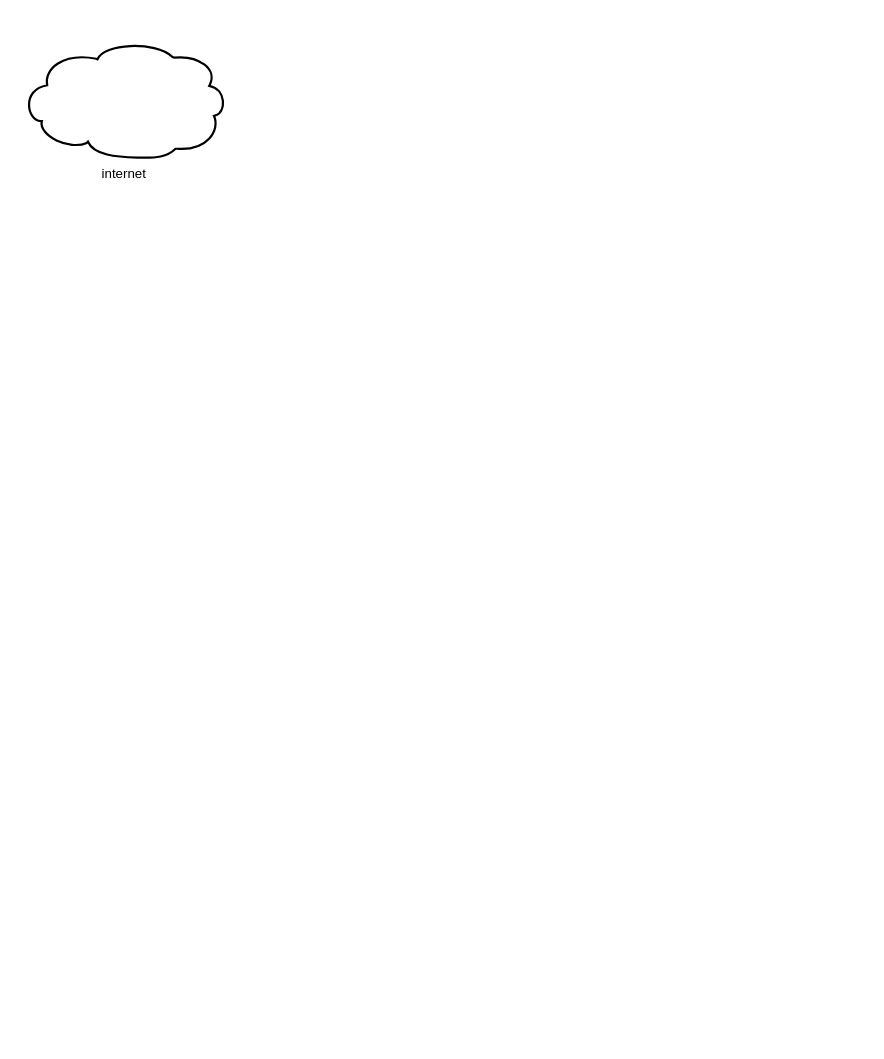
Before: network.drawio in BHNamSSD/ELK, a draw.io diagram. Source tidied: cells renumbered, new cells numbered last; positions are measured from the earlier drawing's top-left corner, leaving out a move shared by most shapes. Both pictures are drawn from the tidied source at 111%, with x=0, y=0 at pixel (20, 40).
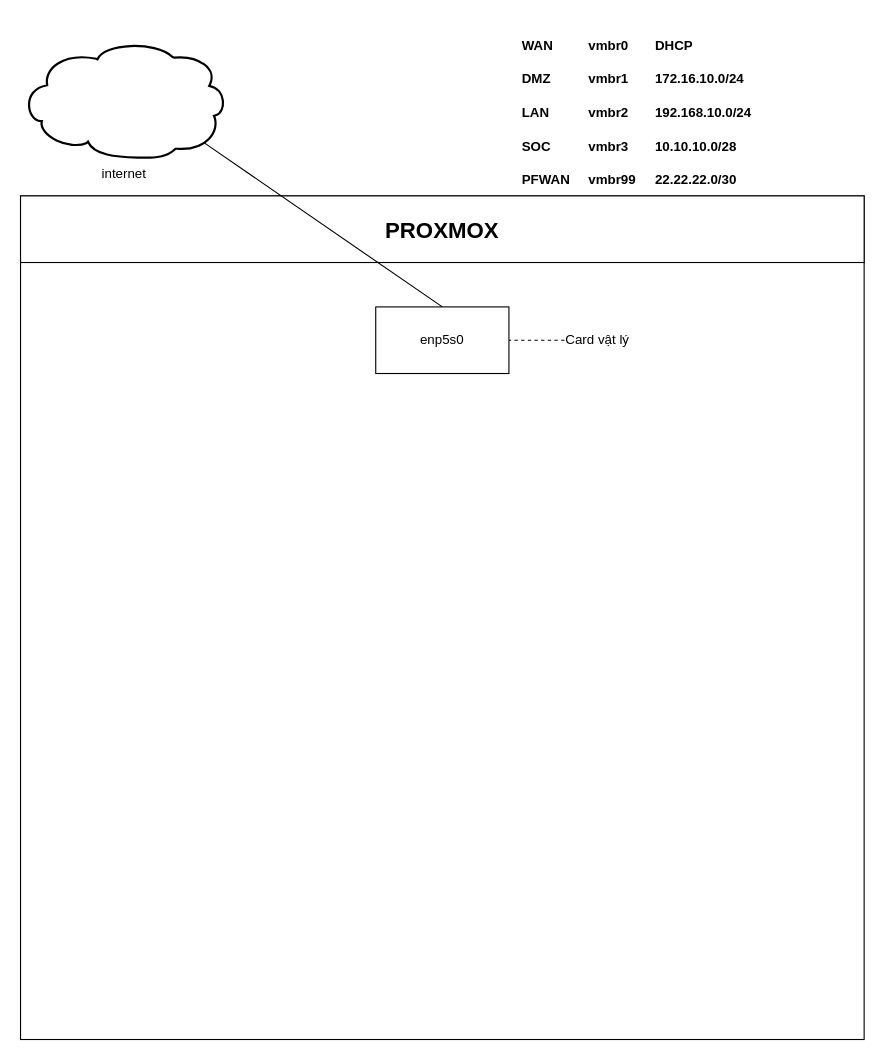
After the change.

Commit message (it also covers changes not shown here):
Cập nhật network.drawio

Diff of the diagram source:
```diff
@@
 <mxGraphModel>
   <root>
     <mxCell id="0" />
     <mxCell id="1" parent="0" />
     <mxCell id="2" value="internet" style="shape=mxgraph.cisco.storage.cloud;sketch=0;html=1;dashed=0;strokeWidth=2;verticalLabelPosition=bottom;verticalAlign=top;align=center;outlineConnect=0;" parent="1" vertex="1">
       <mxGeometry width="186" height="106" as="geometry" />
     </mxCell>
+    <mxCell id="3" style="whiteSpace=wrap;html=1;" parent="1" vertex="1">
+      <mxGeometry y="140" width="760" height="760" as="geometry" />
+    </mxCell>
+    <mxCell id="4" value="&lt;div&gt;&lt;b&gt;&lt;font style=&quot;font-size: 20px;&quot;&gt;PROXMOX&lt;/font&gt;&lt;/b&gt;&lt;/div&gt;" style="rounded=0;whiteSpace=wrap;html=1;" parent="1" vertex="1">
+      <mxGeometry y="140" width="760" height="60" as="geometry" />
+    </mxCell>
+    <mxCell id="5" value="&lt;h4 align=&quot;left&quot;&gt;WAN &lt;br&gt;&lt;/h4&gt;&lt;h4 align=&quot;left&quot;&gt;DMZ&lt;/h4&gt;&lt;h4 align=&quot;left&quot;&gt;LAN&lt;/h4&gt;&lt;h4 align=&quot;left&quot;&gt;SOC&lt;/h4&gt;&lt;h4 align=&quot;left&quot;&gt;PFWAN&lt;/h4&gt;" style="text;html=1;align=left;verticalAlign=middle;whiteSpace=wrap;rounded=0;" parent="1" vertex="1">
+      <mxGeometry x="450" y="-10" width="50" height="150" as="geometry" />
+    </mxCell>
+    <mxCell id="6" value="&lt;h4 align=&quot;left&quot;&gt;vmbr0&lt;/h4&gt;&lt;h4 align=&quot;left&quot;&gt;vmbr1&lt;/h4&gt;&lt;h4 align=&quot;left&quot;&gt;vmbr2&lt;/h4&gt;&lt;h4 align=&quot;left&quot;&gt;vmbr3&lt;/h4&gt;&lt;h4 align=&quot;left&quot;&gt;vmbr99&lt;/h4&gt;" style="text;html=1;align=left;verticalAlign=middle;whiteSpace=wrap;rounded=0;" parent="1" vertex="1">
+      <mxGeometry x="510" y="-10" width="50" height="150" as="geometry" />
+    </mxCell>
+    <mxCell id="7" value="&lt;h4 align=&quot;left&quot;&gt;DHCP&lt;/h4&gt;&lt;h4 align=&quot;left&quot;&gt;172.16.10.0/24&lt;/h4&gt;&lt;h4 align=&quot;left&quot;&gt;192.168.10.0/24&lt;/h4&gt;&lt;h4 align=&quot;left&quot;&gt;10.10.10.0/28&lt;/h4&gt;&lt;h4 align=&quot;left&quot;&gt;22.22.22.0/30&lt;/h4&gt;" style="text;html=1;align=left;verticalAlign=middle;whiteSpace=wrap;rounded=0;" parent="1" vertex="1">
+      <mxGeometry x="570" y="-10" width="140" height="150" as="geometry" />
+    </mxCell>
+    <mxCell id="8" value="enp5s0" style="rounded=0;whiteSpace=wrap;html=1;" parent="1" vertex="1">
+      <mxGeometry x="320" y="240" width="120" height="60" as="geometry" />
+    </mxCell>
+    <mxCell id="9" style="endArrow=none;html=1;rounded=0;exitX=0.5;exitY=0;exitDx=0;exitDy=0;entryX=0.89;entryY=0.87;entryDx=0;entryDy=0;entryPerimeter=0;" parent="1" edge="1" source="8" target="2">
+      <mxGeometry relative="1" as="geometry" />
+    </mxCell>
+    <mxCell id="10" value="Card vật lý" style="text;html=1;align=center;verticalAlign=middle;whiteSpace=wrap;rounded=0;" parent="1" vertex="1">
+      <mxGeometry x="490" y="255" width="60" height="30" as="geometry" />
+    </mxCell>
+    <mxCell id="11" style="endArrow=none;dashed=1;html=1;rounded=0;entryX=1;entryY=0.5;entryDx=0;entryDy=0;exitX=0;exitY=0.5;exitDx=0;exitDy=0;" parent="1" edge="1" source="10" target="8">
+      <mxGeometry relative="1" as="geometry" />
+    </mxCell>
   </root>
 </mxGraphModel>
```
